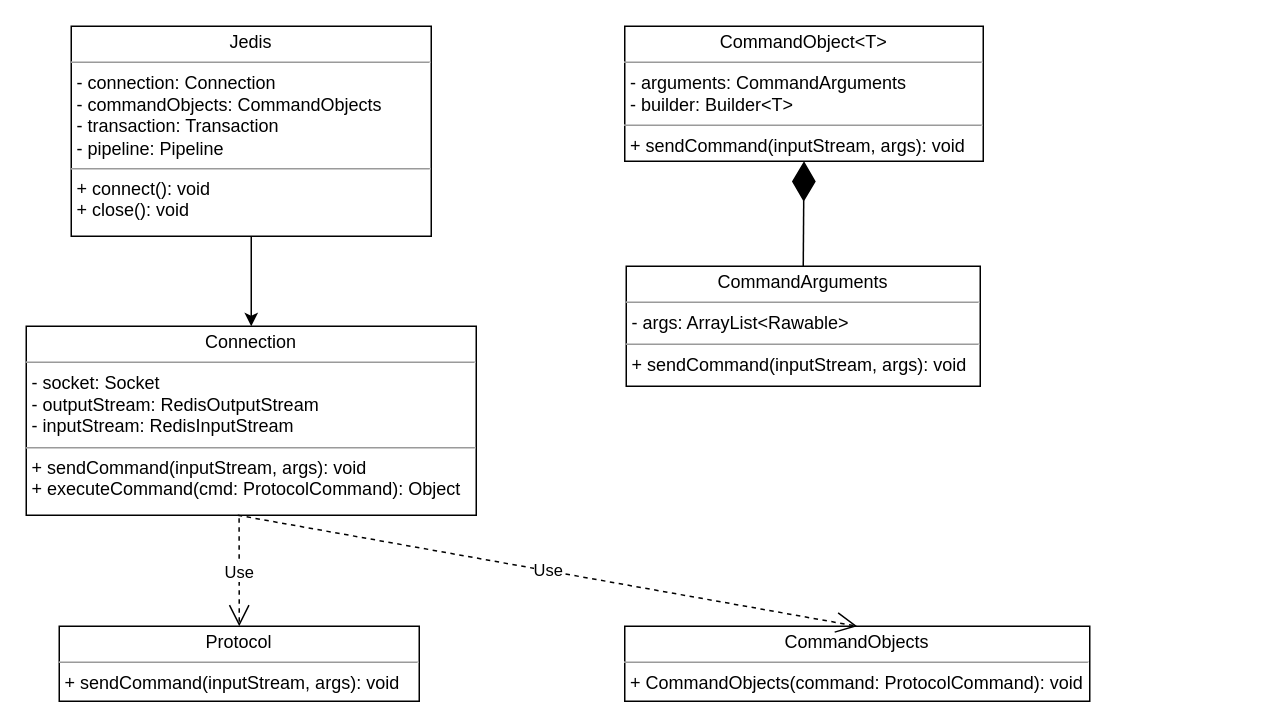
This is Jedis Class UML.drawio from caizhaomin001/drawio, a draw.io file, before an edit. Source tidied: cells renumbered, new cells numbered last; positions are measured from the earlier drawing's top-left corner, leaving out a move shared by most shapes. Both pictures are drawn from the tidied source at 150%, with x=0, y=0 at pixel (26, 26).
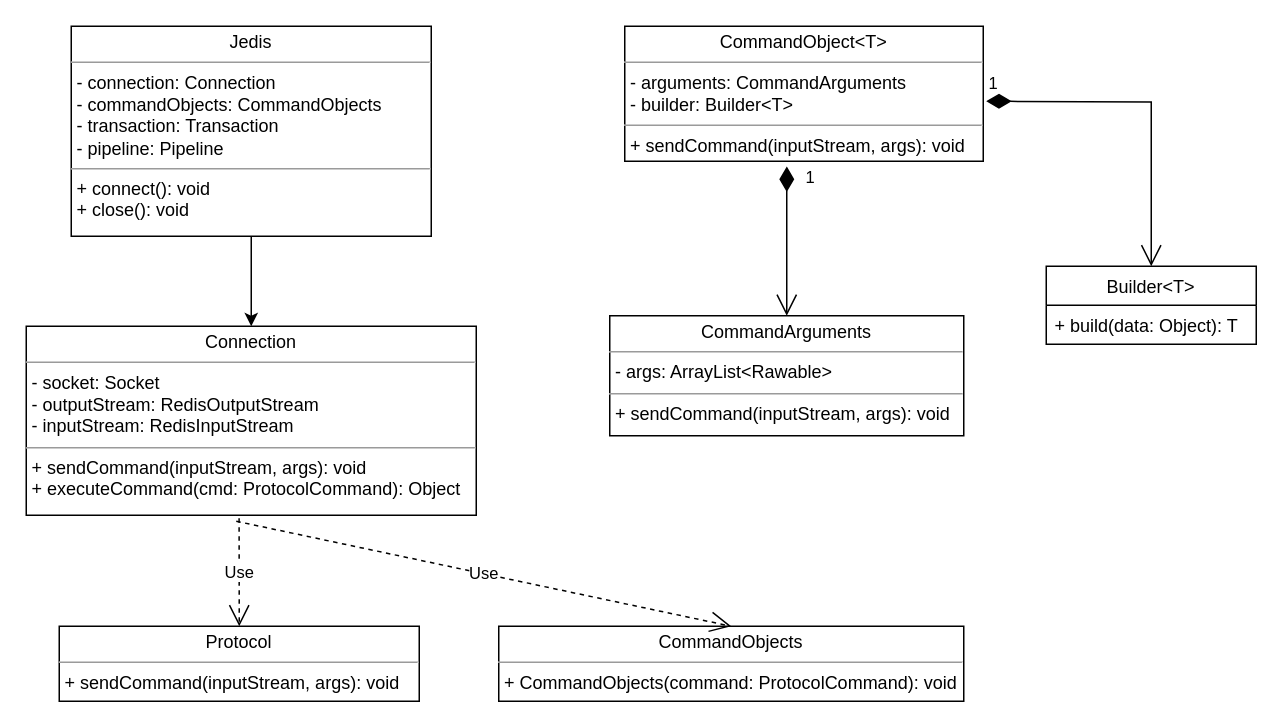
After the change.

What changed in the source:
```diff
@@
 <mxGraphModel>
   <root>
     <mxCell id="0" />
     <mxCell id="1" parent="0" />
     <mxCell id="2" value="&lt;p style=&quot;margin: 0px ; margin-top: 4px ; text-align: center&quot;&gt;Protocol&lt;/p&gt;&lt;hr size=&quot;1&quot;&gt;&lt;p style=&quot;margin: 0px ; margin-left: 4px&quot;&gt;&lt;span&gt;+ sendCommand(inputStream, args): void&lt;/span&gt;&lt;br&gt;&lt;/p&gt;" style="verticalAlign=top;align=left;overflow=fill;fontSize=12;fontFamily=Helvetica;html=1;shadow=0;glass=0;strokeColor=default;gradientColor=none;" parent="1" vertex="1">
       <mxGeometry x="22" y="400" width="240" height="50" as="geometry" />
     </mxCell>
     <mxCell id="3" value="&lt;p style=&quot;margin: 0px ; margin-top: 4px ; text-align: center&quot;&gt;CommandObject&amp;lt;T&amp;gt;&lt;br&gt;&lt;/p&gt;&lt;hr size=&quot;1&quot;&gt;&lt;p style=&quot;margin: 0px ; margin-left: 4px&quot;&gt;- arguments: CommandArguments&lt;/p&gt;&lt;p style=&quot;margin: 0px ; margin-left: 4px&quot;&gt;- builder: Builder&amp;lt;T&amp;gt;&lt;/p&gt;&lt;hr size=&quot;1&quot;&gt;&lt;p style=&quot;margin: 0px ; margin-left: 4px&quot;&gt;&lt;span&gt;+ sendCommand(inputStream, args): void&lt;/span&gt;&lt;br&gt;&lt;/p&gt;" style="verticalAlign=top;align=left;overflow=fill;fontSize=12;fontFamily=Helvetica;html=1;shadow=0;glass=0;strokeColor=default;gradientColor=none;" parent="1" vertex="1">
       <mxGeometry x="399" width="239" height="90" as="geometry" />
     </mxCell>
     <mxCell id="4" value="&lt;p style=&quot;margin: 0px ; margin-top: 4px ; text-align: center&quot;&gt;CommandArguments&lt;br&gt;&lt;/p&gt;&lt;hr size=&quot;1&quot;&gt;&lt;p style=&quot;margin: 0px ; margin-left: 4px&quot;&gt;- args: ArrayList&amp;lt;Rawable&amp;gt;&lt;/p&gt;&lt;hr size=&quot;1&quot;&gt;&lt;p style=&quot;margin: 0px ; margin-left: 4px&quot;&gt;&lt;span&gt;+ sendCommand(inputStream, args): void&lt;/span&gt;&lt;br&gt;&lt;/p&gt;" style="verticalAlign=top;align=left;overflow=fill;fontSize=12;fontFamily=Helvetica;html=1;shadow=0;glass=0;strokeColor=default;gradientColor=none;" parent="1" vertex="1">
-      <mxGeometry x="400" y="160" width="236" height="80" as="geometry" />
+      <mxGeometry x="389" y="193" width="236" height="80" as="geometry" />
     </mxCell>
     <mxCell id="5" style="edgeStyle=orthogonalEdgeStyle;rounded=0;jettySize=auto;html=1;" parent="1" edge="1" source="6" target="7">
       <mxGeometry relative="1" as="geometry" />
     </mxCell>
     <mxCell id="6" value="&lt;p style=&quot;margin: 0px ; margin-top: 4px ; text-align: center&quot;&gt;Jedis&lt;br&gt;&lt;/p&gt;&lt;hr size=&quot;1&quot;&gt;&lt;p style=&quot;margin: 0px ; margin-left: 4px&quot;&gt;- connection: Connection&lt;/p&gt;&lt;p style=&quot;margin: 0px ; margin-left: 4px&quot;&gt;- commandObjects: CommandObjects&lt;/p&gt;&lt;p style=&quot;margin: 0px ; margin-left: 4px&quot;&gt;- transaction: Transaction&lt;/p&gt;&lt;p style=&quot;margin: 0px ; margin-left: 4px&quot;&gt;- pipeline: Pipeline&lt;/p&gt;&lt;hr size=&quot;1&quot;&gt;&lt;p style=&quot;margin: 0px ; margin-left: 4px&quot;&gt;&lt;span&gt;+ connect(): void&lt;/span&gt;&lt;br&gt;&lt;/p&gt;&lt;p style=&quot;margin: 0px ; margin-left: 4px&quot;&gt;&lt;span&gt;+ close(): void&lt;/span&gt;&lt;/p&gt;" style="verticalAlign=top;align=left;overflow=fill;fontSize=12;fontFamily=Helvetica;html=1;shadow=0;glass=0;strokeColor=default;gradientColor=none;" parent="1" vertex="1">
       <mxGeometry x="30" width="240" height="140" as="geometry" />
     </mxCell>
     <mxCell id="7" value="&lt;p style=&quot;margin: 0px ; margin-top: 4px ; text-align: center&quot;&gt;Connection&lt;br&gt;&lt;/p&gt;&lt;hr size=&quot;1&quot;&gt;&lt;p style=&quot;margin: 0px ; margin-left: 4px&quot;&gt;- socket: Socket&lt;/p&gt;&lt;p style=&quot;margin: 0px ; margin-left: 4px&quot;&gt;- outputStream: RedisOutputStream&lt;/p&gt;&lt;p style=&quot;margin: 0px ; margin-left: 4px&quot;&gt;- inputStream: RedisInputStream&lt;/p&gt;&lt;hr size=&quot;1&quot;&gt;&lt;p style=&quot;margin: 0px ; margin-left: 4px&quot;&gt;&lt;span&gt;+ sendCommand(inputStream, args): void&lt;/span&gt;&lt;br&gt;&lt;/p&gt;&lt;p style=&quot;margin: 0px ; margin-left: 4px&quot;&gt;&lt;span&gt;+ executeCommand(cmd: ProtocolCommand): Object&lt;/span&gt;&lt;/p&gt;" style="verticalAlign=top;align=left;overflow=fill;fontSize=12;fontFamily=Helvetica;html=1;shadow=0;glass=0;strokeColor=default;gradientColor=none;" parent="1" vertex="1">
       <mxGeometry y="200" width="300" height="126" as="geometry" />
     </mxCell>
     <mxCell id="8" value="&lt;p style=&quot;margin: 0px ; margin-top: 4px ; text-align: center&quot;&gt;CommandObjects&lt;br&gt;&lt;/p&gt;&lt;hr size=&quot;1&quot;&gt;&lt;p style=&quot;margin: 0px ; margin-left: 4px&quot;&gt;&lt;/p&gt;&lt;p style=&quot;margin: 0px ; margin-left: 4px&quot;&gt;&lt;span&gt;+ CommandObjects(command: ProtocolCommand): void&lt;/span&gt;&lt;br&gt;&lt;/p&gt;" style="verticalAlign=top;align=left;overflow=fill;fontSize=12;fontFamily=Helvetica;html=1;shadow=0;glass=0;strokeColor=default;gradientColor=none;" parent="1" vertex="1">
-      <mxGeometry x="399" y="400" width="310" height="50" as="geometry" />
+      <mxGeometry x="315" y="400" width="310" height="50" as="geometry" />
     </mxCell>
-    <mxCell id="9" style="endArrow=diamondThin;endFill=1;endSize=24;html=1;rounded=0;entryX=0.5;entryY=1;entryDx=0;entryDy=0;exitX=0.5;exitY=0;exitDx=0;exitDy=0;" parent="1" edge="1" source="4" target="3">
-      <mxGeometry relative="1" as="geometry" />
-    </mxCell>
-    <mxCell id="10" value="Use" style="endArrow=open;endSize=12;dashed=1;html=1;rounded=0;exitX=0.47;exitY=1;exitDx=0;exitDy=0;exitPerimeter=0;entryX=0.5;entryY=0;entryDx=0;entryDy=0;" parent="1" edge="1" source="7" target="8">
-      <mxGeometry relative="1" as="geometry" />
+    <mxCell id="10" value="Use" style="endArrow=open;endSize=12;dashed=1;html=1;rounded=0;entryX=0.5;entryY=0;entryDx=0;entryDy=0;" parent="1" edge="1" target="8">
+      <mxGeometry relative="1" as="geometry">
+        <mxPoint x="140" y="330" as="sourcePoint" />
+      </mxGeometry>
     </mxCell>
     <mxCell id="11" value="Use" style="endArrow=open;endSize=12;dashed=1;html=1;rounded=0;exitX=0.473;exitY=1.016;exitDx=0;exitDy=0;exitPerimeter=0;entryX=0.5;entryY=0;entryDx=0;entryDy=0;" parent="1" edge="1" source="7" target="2">
       <mxGeometry relative="1" as="geometry" />
     </mxCell>
+    <mxCell id="12" value="Builder&lt;T&gt;" style="swimlane;fontStyle=0;horizontal=1;startSize=26;fillColor=none;" parent="1" vertex="1">
+      <mxGeometry x="680" y="160" width="140" height="52" as="geometry" />
+    </mxCell>
+    <mxCell id="13" value="+ build(data: Object): T" style="text;strokeColor=none;fillColor=none;align=left;verticalAlign=top;spacingLeft=4;spacingRight=4;overflow=hidden;" parent="12" vertex="1">
+      <mxGeometry y="26" width="140" height="26" as="geometry" />
+    </mxCell>
+    <mxCell id="14" value="1" style="endArrow=open;html=1;endSize=12;startArrow=diamondThin;startSize=14;startFill=1;edgeStyle=orthogonalEdgeStyle;align=left;verticalAlign=bottom;rounded=0;entryX=0.5;entryY=0;entryDx=0;entryDy=0;" parent="1" edge="1" target="12">
+      <mxGeometry x="-1" y="3" relative="1" as="geometry">
+        <mxPoint x="640" y="50" as="sourcePoint" />
+      </mxGeometry>
+    </mxCell>
+    <mxCell id="15" value="1" style="endArrow=open;html=1;endSize=12;startArrow=diamondThin;startSize=14;startFill=1;edgeStyle=orthogonalEdgeStyle;align=left;verticalAlign=bottom;rounded=0;exitX=0.452;exitY=1.039;exitDx=0;exitDy=0;exitPerimeter=0;entryX=0.5;entryY=0;entryDx=0;entryDy=0;" parent="1" edge="1" source="3" target="4">
+      <mxGeometry x="-0.67" y="11" relative="1" as="geometry" />
+    </mxCell>
   </root>
 </mxGraphModel>
```
